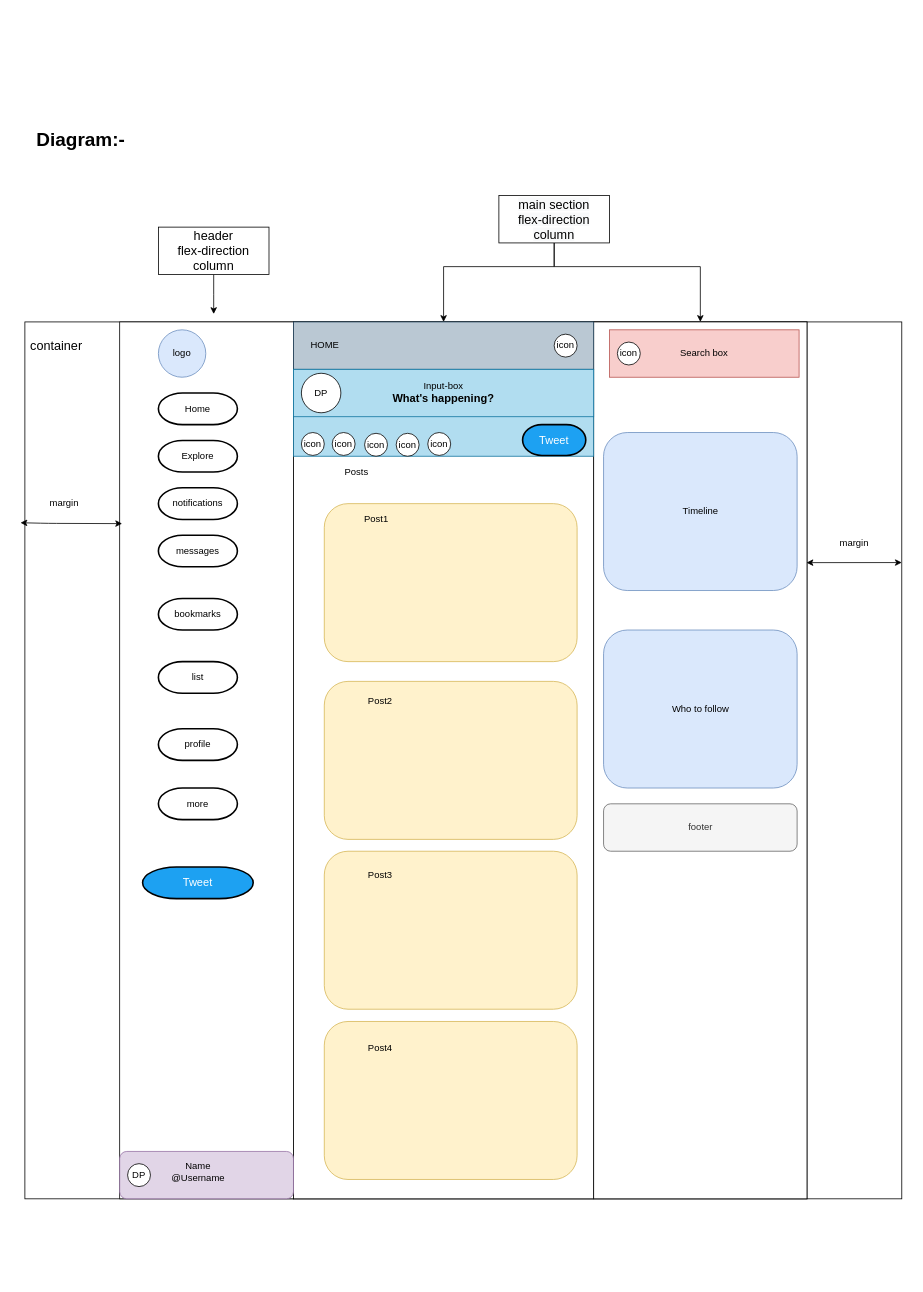
This is twitter home (clone).drawio from 98arun/twitter-home, a draw.io file, before an edit. Source tidied: cells renumbered, new cells numbered last; positions are measured from the earlier drawing's top-left corner, leaving out a move shared by most shapes. Both pictures are drawn from the tidied source at 79%, with x=0, y=0 at pixel (24, 124).
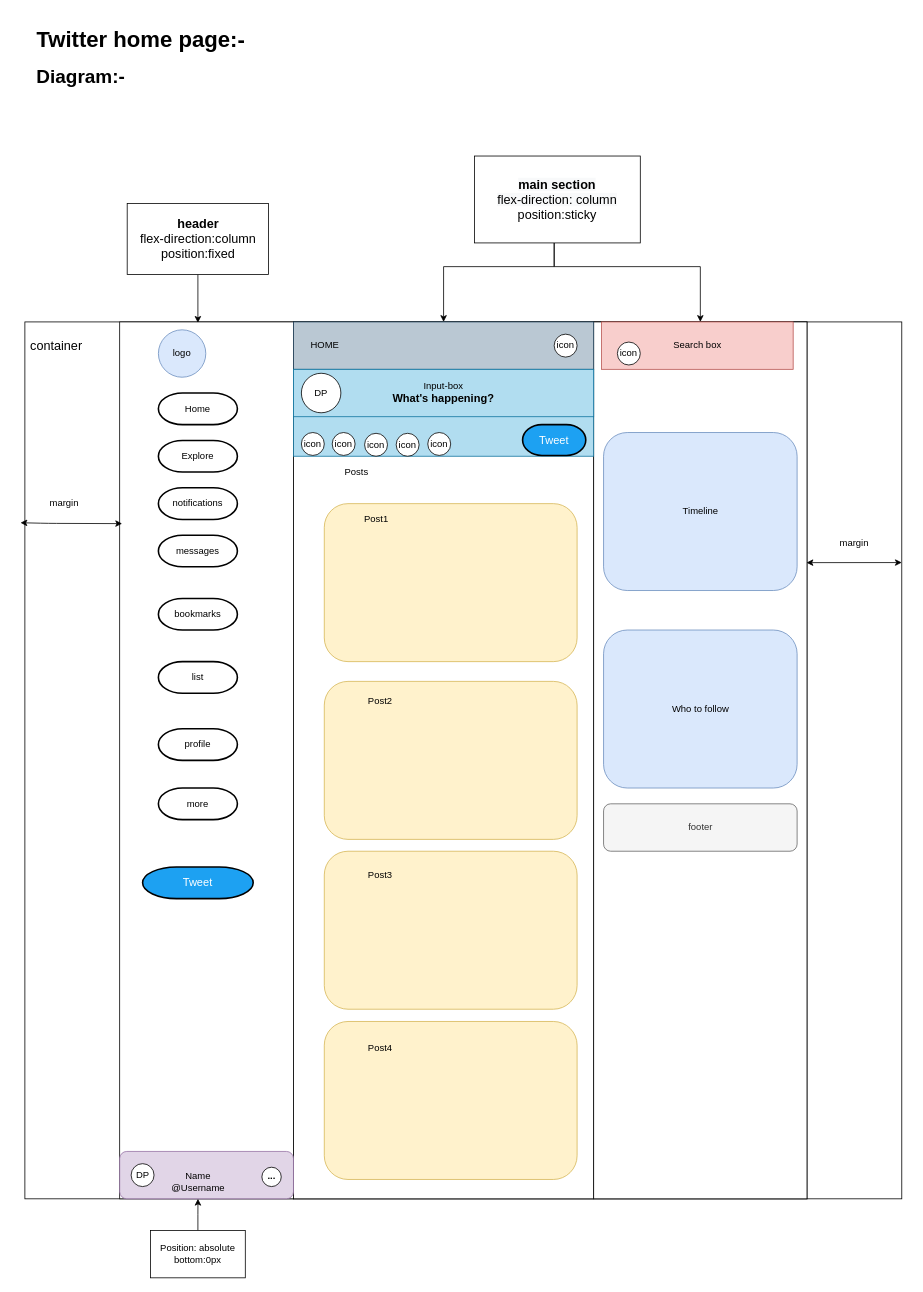
After the change.

Commit message (it also covers changes not shown here):
Twitter/HomeV2.0

The change refers to these unchanged cells:
```xml
<mxCell id="6" style="rounded=0;whiteSpace=wrap;html=1;" parent="1" vertex="1">
  <mxGeometry x="120" y="250" width="220" height="1110" as="geometry" />
</mxCell>
```

The edit, as a diff of the source:
```diff
@@
     <mxCell id="2" value="&lt;h1&gt;Diagram:-&lt;/h1&gt;" style="text;html=1;strokeColor=none;fillColor=none;spacing=5;spacingTop=-20;whiteSpace=wrap;overflow=hidden;rounded=0;" parent="1" vertex="1">
-      <mxGeometry x="10" width="130" height="40" as="geometry" />
+      <mxGeometry x="10" y="-80" width="130" height="40" as="geometry" />
     </mxCell>
@@
-    <mxCell id="7" style="edgeStyle=orthogonalEdgeStyle;rounded=0;jettySize=auto;html=1;" parent="1" edge="1" source="8">
-      <mxGeometry relative="1" as="geometry">
-        <mxPoint x="239" y="240" as="targetPoint" />
-      </mxGeometry>
-    </mxCell>
+    <mxCell id="57" style="edgeStyle=orthogonalEdgeStyle;rounded=0;jettySize=auto;html=1;entryX=0.45;entryY=0.001;entryDx=0;entryDy=0;entryPerimeter=0;" parent="1" edge="1" source="8" target="6">
+      <mxGeometry relative="1" as="geometry" />
+    </mxCell>
-    <mxCell id="8" value="&lt;span style=&quot;font-size: 16px&quot;&gt;header&lt;/span&gt;&lt;br style=&quot;font-size: 16px&quot;&gt;&lt;span style=&quot;font-size: 16px&quot;&gt;flex-direction column&lt;/span&gt;" style="rounded=0;whiteSpace=wrap;html=1;" parent="1" vertex="1">
-      <mxGeometry x="169" y="130" width="140" height="60" as="geometry" />
+    <mxCell id="8" value="&lt;span style=&quot;font-size: 16px&quot;&gt;&lt;b&gt;header&lt;/b&gt;&lt;/span&gt;&lt;br style=&quot;font-size: 16px&quot;&gt;&lt;span style=&quot;font-size: 16px&quot;&gt;flex-direction:column&lt;br&gt;position:fixed&lt;br&gt;&lt;/span&gt;" style="rounded=0;whiteSpace=wrap;html=1;" parent="1" vertex="1">
+      <mxGeometry x="129.5" y="100" width="179" height="90" as="geometry" />
     </mxCell>
@@
-    <mxCell id="11" value="&#10;&#10;&lt;span style=&quot;color: rgb(0, 0, 0); font-family: helvetica; font-size: 16px; font-style: normal; font-weight: 400; letter-spacing: normal; text-align: center; text-indent: 0px; text-transform: none; word-spacing: 0px; background-color: rgb(248, 249, 250); display: inline; float: none;&quot;&gt;main section&lt;/span&gt;&lt;br style=&quot;color: rgb(0, 0, 0); font-family: helvetica; font-size: 16px; font-style: normal; font-weight: 400; letter-spacing: normal; text-align: center; text-indent: 0px; text-transform: none; word-spacing: 0px; background-color: rgb(248, 249, 250);&quot;&gt;&lt;span style=&quot;color: rgb(0, 0, 0); font-family: helvetica; font-size: 16px; font-style: normal; font-weight: 400; letter-spacing: normal; text-align: center; text-indent: 0px; text-transform: none; word-spacing: 0px; background-color: rgb(248, 249, 250); display: inline; float: none;&quot;&gt;flex-direction column&lt;/span&gt;&#10;&#10;" style="rounded=0;whiteSpace=wrap;html=1;" parent="1" vertex="1">
-      <mxGeometry x="600" y="90" width="140" height="60" as="geometry" />
+    <mxCell id="11" value="&lt;b&gt;&lt;span style=&quot;color: rgb(0 , 0 , 0) ; font-family: &amp;#34;helvetica&amp;#34; ; font-size: 16px ; font-style: normal ; letter-spacing: normal ; text-align: center ; text-indent: 0px ; text-transform: none ; word-spacing: 0px ; background-color: rgb(248 , 249 , 250) ; display: inline ; float: none&quot;&gt;main section&lt;/span&gt;&lt;br style=&quot;color: rgb(0 , 0 , 0) ; font-family: &amp;#34;helvetica&amp;#34; ; font-size: 16px ; font-style: normal ; letter-spacing: normal ; text-align: center ; text-indent: 0px ; text-transform: none ; word-spacing: 0px ; background-color: rgb(248 , 249 , 250)&quot;&gt;&lt;/b&gt;&lt;span style=&quot;color: rgb(0 , 0 , 0) ; font-family: &amp;#34;helvetica&amp;#34; ; font-size: 16px ; font-style: normal ; font-weight: 400 ; letter-spacing: normal ; text-align: center ; text-indent: 0px ; text-transform: none ; word-spacing: 0px ; background-color: rgb(248 , 249 , 250) ; display: inline ; float: none&quot;&gt;flex-direction: column&lt;br&gt;&lt;/span&gt;&lt;font style=&quot;font-size: 16px&quot;&gt;position:sticky&lt;/font&gt;" style="rounded=0;whiteSpace=wrap;html=1;" parent="1" vertex="1">
+      <mxGeometry x="569" y="40" width="210" height="110" as="geometry" />
     </mxCell>
@@
     <mxCell id="29" value="DP" style="ellipse;whiteSpace=wrap;html=1;fillColor=#FFFFFF;" parent="1" vertex="1">
-      <mxGeometry x="130" y="1315.5" width="29" height="29" as="geometry" />
+      <mxGeometry x="134.5" y="1315.5" width="29" height="29" as="geometry" />
     </mxCell>
     <mxCell id="30" value="Name&lt;br&gt;@Username" style="text;html=1;strokeColor=none;fillColor=none;align=center;verticalAlign=middle;whiteSpace=wrap;rounded=0;" parent="1" vertex="1">
-      <mxGeometry x="178.8" y="1315.5" width="80.5" height="20" as="geometry" />
+      <mxGeometry x="178.8" y="1315.5" width="80.5" height="44.5" as="geometry" />
     </mxCell>
@@
     <mxCell id="52" value="Search box" style="rounded=0;whiteSpace=wrap;html=1;fillColor=#f8cecc;strokeColor=#b85450;" parent="1" vertex="1">
-      <mxGeometry x="740" y="260" width="240" height="60" as="geometry" />
+      <mxGeometry x="730" y="250" width="242.5" height="60" as="geometry" />
     </mxCell>
@@
+    <mxCell id="58" value="&lt;h1&gt;&lt;font style=&quot;font-size: 28px&quot;&gt;Twitter home page:-&lt;/font&gt;&lt;/h1&gt;" style="text;html=1;strokeColor=none;fillColor=none;spacing=5;spacingTop=-20;whiteSpace=wrap;overflow=hidden;rounded=0;" parent="1" vertex="1">
+      <mxGeometry x="10" y="-130" width="278" height="50" as="geometry" />
+    </mxCell>
+    <mxCell id="59" style="edgeStyle=orthogonalEdgeStyle;rounded=0;jettySize=auto;html=1;" parent="1" edge="1" source="60" target="30">
+      <mxGeometry relative="1" as="geometry" />
+    </mxCell>
+    <mxCell id="60" value="Position: absolute&lt;br&gt;bottom:0px" style="rounded=0;whiteSpace=wrap;html=1;" parent="1" vertex="1">
+      <mxGeometry x="159" y="1400" width="120" height="60" as="geometry" />
+    </mxCell>
+    <mxCell id="61" value="&lt;b&gt;...&lt;/b&gt;" style="ellipse;whiteSpace=wrap;html=1;fillColor=#FFFFFF;" parent="1" vertex="1">
+      <mxGeometry x="300" y="1320" width="24.5" height="24.5" as="geometry" />
+    </mxCell>
```
